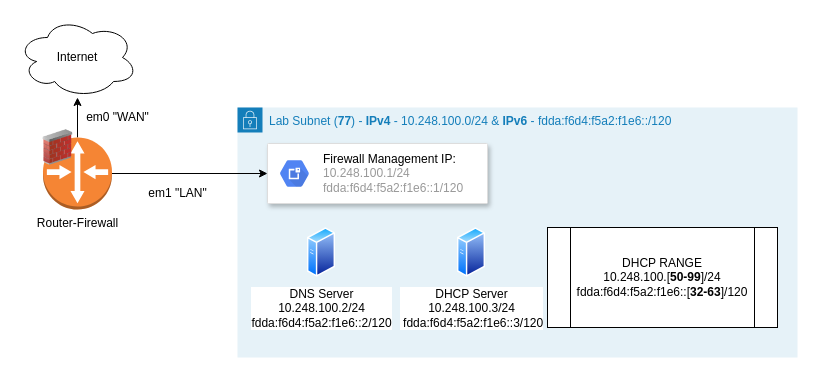
Above: aaron/net-101/Lab Network.drawio in SysManSquad/BlogFiles (draw.io), before the change. Source tidied: cells renumbered, new cells numbered last; positions are measured from the earlier drawing's top-left corner, leaving out a move shared by most shapes. Both pictures are drawn from the tidied source at 100%, with x=0, y=0 at pixel (17, 17).
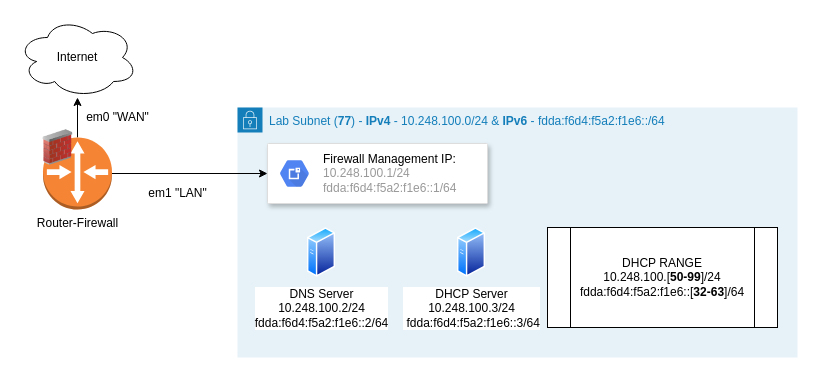
After the change.

Commit message (it also covers changes not shown here):
Updating with new IPv6 info

Change to the diagram source:
```diff
@@
 <mxGraphModel>
   <root>
     <mxCell id="0" />
     <mxCell id="1" parent="0" />
     <mxCell id="2" style="edgeStyle=orthogonalEdgeStyle;rounded=0;jettySize=auto;html=1;" parent="1" edge="1" source="6" target="3">
       <mxGeometry relative="1" as="geometry" />
     </mxCell>
     <mxCell id="3" value="Internet" style="ellipse;shape=cloud;whiteSpace=wrap;html=1;" parent="1" vertex="1">
       <mxGeometry width="120" height="80" as="geometry" />
     </mxCell>
-    <mxCell id="4" value="Lab Subnet (&lt;b&gt;77&lt;/b&gt;) - &lt;b&gt;IPv4&lt;/b&gt; - 10.248.100.0/24 &amp;amp; &lt;b&gt;IPv6 &lt;/b&gt;- fdda:f6d4:f5a2:f1e6::/120&amp;nbsp;" style="gradientColor=none;html=1;whiteSpace=wrap;fontSize=12;fontStyle=0;shape=mxgraph.aws4.group;grIcon=mxgraph.aws4.group_security_group;grStroke=0;strokeColor=#147EBA;fillColor=#E6F2F8;verticalAlign=top;align=left;spacingLeft=30;fontColor=#147EBA;dashed=0;" parent="1" vertex="1">
+    <mxCell id="4" value="Lab Subnet (&lt;b&gt;77&lt;/b&gt;) - &lt;b&gt;IPv4&lt;/b&gt; - 10.248.100.0/24 &amp;amp; &lt;b&gt;IPv6 &lt;/b&gt;- fdda:f6d4:f5a2:f1e6::/64&amp;nbsp;" style="gradientColor=none;html=1;whiteSpace=wrap;fontSize=12;fontStyle=0;shape=mxgraph.aws4.group;grIcon=mxgraph.aws4.group_security_group;grStroke=0;strokeColor=#147EBA;fillColor=#E6F2F8;verticalAlign=top;align=left;spacingLeft=30;fontColor=#147EBA;dashed=0;" parent="1" vertex="1">
       <mxGeometry x="220" y="90" width="560" height="250" as="geometry" />
     </mxCell>
     <mxCell id="5" style="group;" parent="1" vertex="1">
       <mxGeometry x="25.5" y="110" width="69" height="82" as="geometry" />
     </mxCell>
     <mxCell id="6" value="Router-Firewall" style="outlineConnect=0;dashed=0;verticalLabelPosition=bottom;verticalAlign=top;align=center;html=1;shape=mxgraph.aws3.router;fillColor=#F58534;gradientColor=none;" parent="5" vertex="1">
       <mxGeometry y="10" width="69" height="72" as="geometry" />
     </mxCell>
     <mxCell id="7" style="image;html=1;labelBackgroundColor=#ffffff;image=img/lib/clip_art/networking/Firewall_02_128x128.png;" parent="5" vertex="1">
       <mxGeometry width="30" height="40" as="geometry" />
     </mxCell>
     <mxCell id="8" style="strokeColor=#dddddd;shadow=1;strokeWidth=1;rounded=1;absoluteArcSize=1;arcSize=2;" parent="1" vertex="1">
       <mxGeometry x="250" y="126" width="220" height="60" as="geometry" />
     </mxCell>
-    <mxCell id="9" value="&lt;font color=&quot;#000000&quot;&gt;Firewall Management IP:&lt;/font&gt;&lt;br&gt;10.248.100.1/24&lt;br&gt;fdda:f6d4:f5a2:f1e6::1/120" style="dashed=0;html=1;fillColor=#5184F3;strokeColor=none;shape=mxgraph.gcp2.hexIcon;prIcon=cloud_external_ip_addresses;labelPosition=right;verticalLabelPosition=middle;align=left;verticalAlign=middle;spacingLeft=5;fontColor=#999999;fontSize=12;" parent="8" vertex="1">
+    <mxCell id="9" value="&lt;font color=&quot;#000000&quot;&gt;Firewall Management IP:&lt;/font&gt;&lt;br&gt;10.248.100.1/24&lt;br&gt;fdda:f6d4:f5a2:f1e6::1/64" style="dashed=0;html=1;fillColor=#5184F3;strokeColor=none;shape=mxgraph.gcp2.hexIcon;prIcon=cloud_external_ip_addresses;labelPosition=right;verticalLabelPosition=middle;align=left;verticalAlign=middle;spacingLeft=5;fontColor=#999999;fontSize=12;" parent="8" vertex="1">
       <mxGeometry y="0.5" width="44" height="39" relative="1" as="geometry">
         <mxPoint x="5" y="-19.5" as="offset" />
       </mxGeometry>
     </mxCell>
     <mxCell id="10" style="edgeStyle=orthogonalEdgeStyle;rounded=0;jettySize=auto;html=1;" parent="1" edge="1" source="6" target="8">
       <mxGeometry relative="1" as="geometry" />
     </mxCell>
     <mxCell id="11" value="em0 &quot;WAN&quot;" style="text;html=1;align=center;verticalAlign=middle;" parent="1" vertex="1">
       <mxGeometry x="60" y="90" width="80" height="20" as="geometry" />
     </mxCell>
     <mxCell id="12" value="em1 &quot;LAN&quot;" style="text;html=1;align=center;verticalAlign=middle;" parent="1" vertex="1">
       <mxGeometry x="125" y="166" width="70" height="20" as="geometry" />
     </mxCell>
-    <mxCell id="13" value="DHCP Server&lt;br&gt;10.248.100.3/24&lt;br&gt;&amp;nbsp;fdda:f6d4:f5a2:f1e6::3/120" style="perimeter=ellipsePerimeter;html=1;align=center;shadow=0;dashed=0;spacingTop=3;image;image=img/lib/active_directory/generic_server.svg;" parent="1" vertex="1">
+    <mxCell id="13" value="DHCP Server&lt;br&gt;10.248.100.3/24&lt;br&gt;&amp;nbsp;fdda:f6d4:f5a2:f1e6::3/64" style="perimeter=ellipsePerimeter;html=1;align=center;shadow=0;dashed=0;spacingTop=3;image;image=img/lib/active_directory/generic_server.svg;" parent="1" vertex="1">
       <mxGeometry x="440" y="210" width="28" height="50" as="geometry" />
     </mxCell>
-    <mxCell id="14" value="DNS Server&lt;br&gt;10.248.100.2/24&lt;br&gt;fdda:f6d4:f5a2:f1e6::2/120" style="perimeter=ellipsePerimeter;html=1;align=center;shadow=0;dashed=0;spacingTop=3;image;image=img/lib/active_directory/generic_server.svg;" parent="1" vertex="1">
+    <mxCell id="14" value="DNS Server&lt;br&gt;10.248.100.2/24&lt;br&gt;fdda:f6d4:f5a2:f1e6::2/64" style="perimeter=ellipsePerimeter;html=1;align=center;shadow=0;dashed=0;spacingTop=3;image;image=img/lib/active_directory/generic_server.svg;" parent="1" vertex="1">
       <mxGeometry x="290" y="210" width="28" height="50" as="geometry" />
     </mxCell>
-    <mxCell id="15" value="DHCP RANGE&lt;br&gt;10.248.100.[&lt;b&gt;50-99&lt;/b&gt;]/24&lt;br&gt;fdda:f6d4:f5a2:f1e6::[&lt;b&gt;32-63&lt;/b&gt;]/120" style="shape=process;whiteSpace=wrap;html=1;backgroundOutline=1;" parent="1" vertex="1">
+    <mxCell id="15" value="DHCP RANGE&lt;br&gt;10.248.100.[&lt;b&gt;50-99&lt;/b&gt;]/24&lt;br&gt;fdda:f6d4:f5a2:f1e6::[&lt;b&gt;32-63&lt;/b&gt;]/64" style="shape=process;whiteSpace=wrap;html=1;backgroundOutline=1;" parent="1" vertex="1">
       <mxGeometry x="530" y="210" width="230" height="100" as="geometry" />
     </mxCell>
   </root>
 </mxGraphModel>
```
